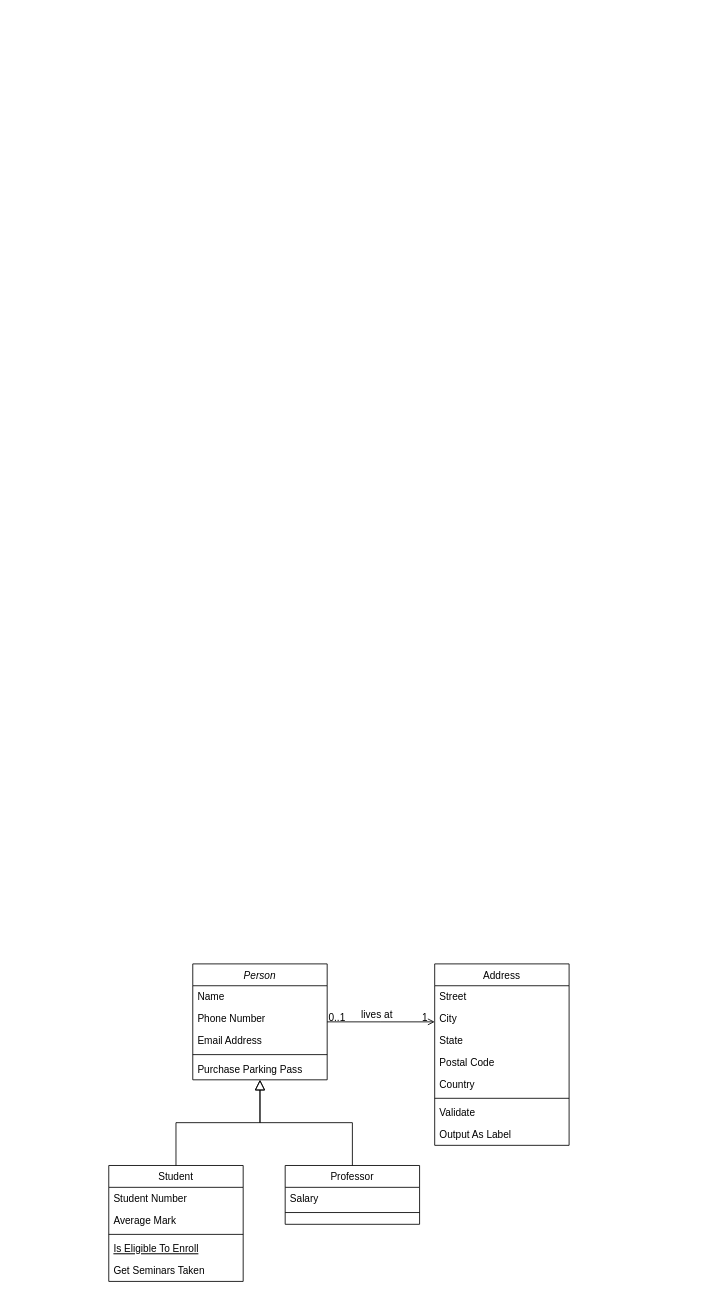
Before: Lesson-14/HomeWork-14/Untitled Diagram.drawio in AB23051990/geekbrains_homework, a draw.io diagram. Source tidied: cells renumbered, new cells numbered last; positions are measured from the earlier drawing's top-left corner, leaving out a move shared by most shapes. Both pictures are drawn from the tidied source at 84%, with x=0, y=0 at pixel (108, 963).
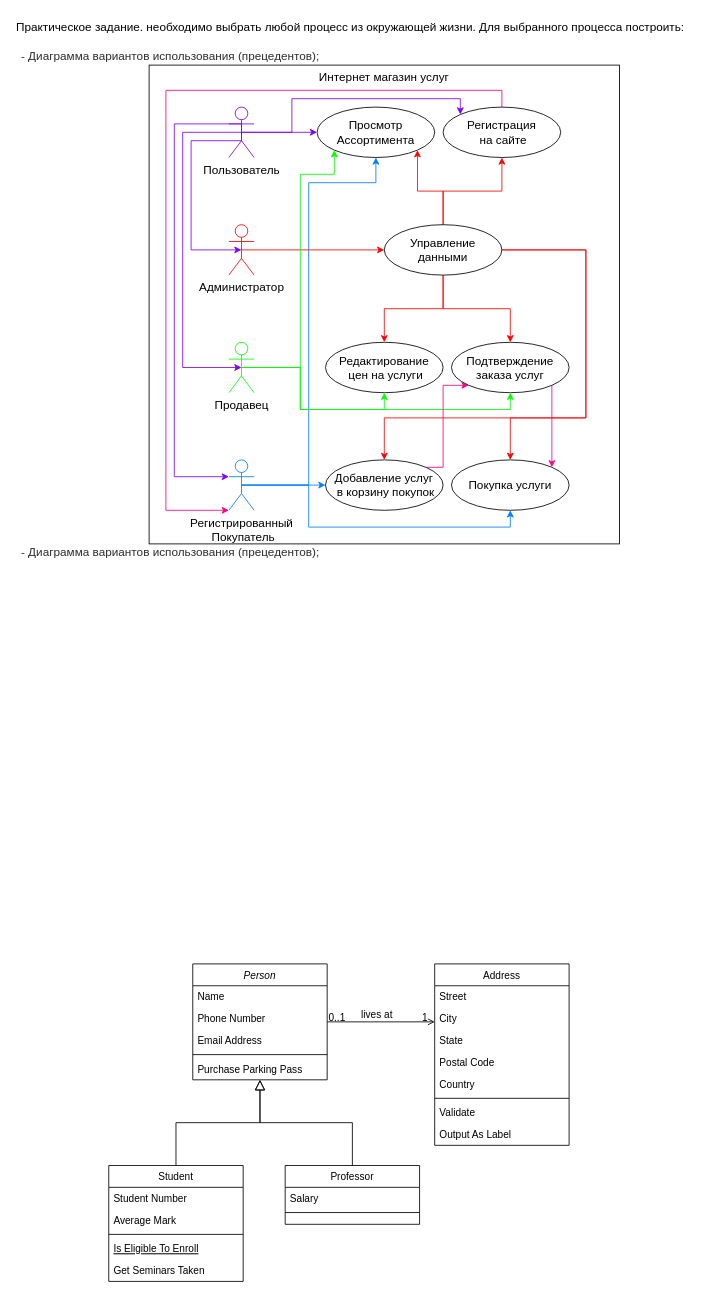
Above is the later version.

The edit, as a diff of the source:
```diff
@@
+    <mxCell id="32" value="Интернет магазин услуг" style="rounded=0;whiteSpace=wrap;html=1;labelBackgroundColor=none;labelBorderColor=none;fontFamily=Helvetica;fontSize=14;fontColor=#000000;strokeColor=#000000;align=center;verticalAlign=top;" parent="1" vertex="1">
+      <mxGeometry x="48" y="-1070" width="560" height="570" as="geometry" />
+    </mxCell>
@@
+    <mxCell id="33" value="&lt;ul style=&quot;box-sizing: border-box; margin: 0px; list-style: none; padding: 0px; color: rgb(44, 45, 48); background-color: rgb(255, 255, 255);&quot;&gt;&lt;li style=&quot;box-sizing: border-box&quot;&gt;&lt;font style=&quot;font-size: 14px&quot;&gt;- Диаграмма вариантов использования (прецедентов);&lt;/font&gt;&lt;/li&gt;&lt;/ul&gt;" style="text;html=1;align=center;verticalAlign=middle;fillColor=none;strokeColor=none;rounded=0;fontStyle=0;fontFamily=Helvetica;" parent="1" vertex="1">
+      <mxGeometry x="-112" y="-1090" width="370" height="20" as="geometry" />
+    </mxCell>
+    <mxCell id="34" value="&lt;ul style=&quot;box-sizing: border-box ; margin: 0px ; list-style: none ; padding: 0px ; line-height: 1&quot;&gt;&lt;li style=&quot;box-sizing: border-box&quot;&gt;&lt;p style=&quot;box-sizing: border-box ; font-weight: 500 ; line-height: 24px ; margin-top: 0px ; margin-bottom: 10px&quot;&gt;&lt;font style=&quot;font-size: 14px&quot;&gt;Практическое задание. необходимо выбрать любой процесс из&amp;nbsp;&lt;/font&gt;&lt;font style=&quot;font-size: 14px&quot;&gt;окружающей жизни. Для выбранного процесса построить:&lt;/font&gt;&lt;/p&gt;&lt;/li&gt;&lt;/ul&gt;" style="text;html=1;align=left;verticalAlign=middle;fillColor=none;strokeColor=none;rounded=0;labelBackgroundColor=none;labelBorderColor=none;fontColor=default;spacing=2;spacingTop=0;spacingLeft=0;spacingBottom=0;spacingRight=0;fontFamily=Helvetica;" parent="1" vertex="1">
+      <mxGeometry x="-112" y="-1130" width="810" height="40" as="geometry" />
+    </mxCell>
+    <mxCell id="35" style="edgeStyle=orthogonalEdgeStyle;rounded=0;jettySize=auto;html=1;exitX=0.5;exitY=0.5;exitDx=0;exitDy=0;exitPerimeter=0;fontFamily=Helvetica;fontSize=14;fontColor=none;entryX=0.5;entryY=0.5;entryDx=0;entryDy=0;entryPerimeter=0;strokeColor=#7F00FF;" parent="1" edge="1" source="40" target="45">
+      <mxGeometry relative="1" as="geometry">
+        <Array as="points">
+          <mxPoint x="158" y="-980" />
+          <mxPoint x="98" y="-980" />
+          <mxPoint x="98" y="-850" />
+        </Array>
+      </mxGeometry>
+    </mxCell>
+    <mxCell id="36" style="edgeStyle=orthogonalEdgeStyle;rounded=0;jettySize=auto;html=1;exitX=0.5;exitY=0.5;exitDx=0;exitDy=0;exitPerimeter=0;fontFamily=Helvetica;fontSize=14;fontColor=none;entryX=0.5;entryY=0.5;entryDx=0;entryDy=0;entryPerimeter=0;strokeColor=#7F00FF;" parent="1" edge="1" source="40" target="49">
+      <mxGeometry relative="1" as="geometry">
+        <Array as="points">
+          <mxPoint x="88" y="-990" />
+          <mxPoint x="88" y="-710" />
+        </Array>
+      </mxGeometry>
+    </mxCell>
+    <mxCell id="37" style="edgeStyle=orthogonalEdgeStyle;rounded=0;jettySize=auto;html=1;exitX=0.5;exitY=0.5;exitDx=0;exitDy=0;exitPerimeter=0;fontFamily=Helvetica;fontSize=14;fontColor=none;entryX=0;entryY=0.3333333333333333;entryDx=0;entryDy=0;entryPerimeter=0;strokeColor=#7F00FF;" parent="1" edge="1" source="40" target="43">
+      <mxGeometry relative="1" as="geometry">
+        <Array as="points">
+          <mxPoint x="158" y="-1000" />
+          <mxPoint x="78" y="-1000" />
+          <mxPoint x="78" y="-580" />
+        </Array>
+      </mxGeometry>
+    </mxCell>
+    <mxCell id="38" style="edgeStyle=orthogonalEdgeStyle;rounded=0;jettySize=auto;html=1;exitX=0.5;exitY=0.5;exitDx=0;exitDy=0;exitPerimeter=0;entryX=0;entryY=0.5;entryDx=0;entryDy=0;fontFamily=Helvetica;fontSize=14;fontColor=none;strokeColor=#7F00FF;" parent="1" edge="1" source="40" target="50">
+      <mxGeometry relative="1" as="geometry" />
+    </mxCell>
+    <mxCell id="39" style="edgeStyle=orthogonalEdgeStyle;rounded=0;jettySize=auto;html=1;exitX=0.5;exitY=0.5;exitDx=0;exitDy=0;exitPerimeter=0;entryX=0;entryY=0;entryDx=0;entryDy=0;fontFamily=Helvetica;fontSize=14;fontColor=none;strokeColor=#7F00FF;" parent="1" edge="1" source="40" target="52">
+      <mxGeometry relative="1" as="geometry">
+        <Array as="points">
+          <mxPoint x="218" y="-990" />
+          <mxPoint x="218" y="-1030" />
+          <mxPoint x="419" y="-1030" />
+          <mxPoint x="419" y="-1011" />
+        </Array>
+      </mxGeometry>
+    </mxCell>
+    <mxCell id="40" value="Пользователь" style="shape=umlActor;verticalLabelPosition=bottom;verticalAlign=top;html=1;labelBackgroundColor=none;labelBorderColor=none;fontFamily=Helvetica;fontSize=14;fontColor=default;strokeColor=#7F00FF;" parent="1" vertex="1">
+      <mxGeometry x="143" y="-1020" width="30" height="60" as="geometry" />
+    </mxCell>
+    <mxCell id="41" style="edgeStyle=orthogonalEdgeStyle;rounded=0;jettySize=auto;html=1;exitX=0.5;exitY=0.5;exitDx=0;exitDy=0;exitPerimeter=0;fontFamily=Helvetica;fontSize=14;fontColor=none;entryX=0.5;entryY=1;entryDx=0;entryDy=0;strokeColor=#007FFF;" parent="1" edge="1" source="43" target="50">
+      <mxGeometry relative="1" as="geometry">
+        <Array as="points">
+          <mxPoint x="238" y="-570" />
+          <mxPoint x="238" y="-930" />
+          <mxPoint x="318" y="-930" />
+        </Array>
+      </mxGeometry>
+    </mxCell>
+    <mxCell id="42" style="edgeStyle=orthogonalEdgeStyle;rounded=0;jettySize=auto;html=1;exitX=0.5;exitY=0.5;exitDx=0;exitDy=0;exitPerimeter=0;entryX=0;entryY=0.5;entryDx=0;entryDy=0;fontFamily=Helvetica;fontSize=14;fontColor=#000000;strokeColor=#007FFF;" parent="1" edge="1" source="43" target="56">
+      <mxGeometry relative="1" as="geometry" />
+    </mxCell>
+    <mxCell id="43" value="Регистрированный&lt;br&gt;&amp;nbsp;Покупатель" style="shape=umlActor;verticalLabelPosition=bottom;verticalAlign=top;html=1;labelBackgroundColor=none;labelBorderColor=none;fontFamily=Helvetica;fontSize=14;fontColor=default;strokeColor=#007FFF;" parent="1" vertex="1">
+      <mxGeometry x="143" y="-600" width="30" height="60" as="geometry" />
+    </mxCell>
+    <mxCell id="44" style="edgeStyle=orthogonalEdgeStyle;rounded=0;jettySize=auto;html=1;exitX=0.5;exitY=0.5;exitDx=0;exitDy=0;exitPerimeter=0;entryX=0;entryY=0.5;entryDx=0;entryDy=0;fontFamily=Helvetica;fontSize=14;fontColor=#000000;strokeColor=#FF0000;" parent="1" edge="1" source="45" target="66">
+      <mxGeometry relative="1" as="geometry">
+        <Array as="points">
+          <mxPoint x="238" y="-850" />
+          <mxPoint x="238" y="-850" />
+        </Array>
+      </mxGeometry>
+    </mxCell>
+    <mxCell id="45" value="Администратор" style="shape=umlActor;verticalLabelPosition=bottom;verticalAlign=top;html=1;labelBackgroundColor=none;labelBorderColor=none;fontFamily=Helvetica;fontSize=14;fontColor=#000000;strokeColor=#FF0000;" parent="1" vertex="1">
+      <mxGeometry x="143" y="-880" width="30" height="60" as="geometry" />
+    </mxCell>
+    <mxCell id="46" style="edgeStyle=orthogonalEdgeStyle;rounded=0;jettySize=auto;html=1;exitX=0.5;exitY=0.5;exitDx=0;exitDy=0;exitPerimeter=0;entryX=0;entryY=1;entryDx=0;entryDy=0;fontFamily=Helvetica;fontSize=14;fontColor=none;strokeColor=#00FF00;" parent="1" edge="1" source="49" target="50">
+      <mxGeometry relative="1" as="geometry">
+        <Array as="points">
+          <mxPoint x="228" y="-710" />
+          <mxPoint x="228" y="-940" />
+          <mxPoint x="269" y="-940" />
+          <mxPoint x="269" y="-969" />
+        </Array>
+      </mxGeometry>
+    </mxCell>
+    <mxCell id="47" style="edgeStyle=orthogonalEdgeStyle;rounded=0;jettySize=auto;html=1;exitX=0.5;exitY=0.5;exitDx=0;exitDy=0;exitPerimeter=0;entryX=0.5;entryY=1;entryDx=0;entryDy=0;fontFamily=Helvetica;fontSize=14;fontColor=#000000;strokeColor=#00FF00;" parent="1" edge="1" source="49" target="53">
+      <mxGeometry relative="1" as="geometry">
+        <Array as="points">
+          <mxPoint x="228" y="-710" />
+          <mxPoint x="228" y="-660" />
+          <mxPoint x="328" y="-660" />
+        </Array>
+      </mxGeometry>
+    </mxCell>
+    <mxCell id="48" style="edgeStyle=orthogonalEdgeStyle;rounded=0;jettySize=auto;html=1;exitX=0.5;exitY=0.5;exitDx=0;exitDy=0;exitPerimeter=0;entryX=0.5;entryY=1;entryDx=0;entryDy=0;fontFamily=Helvetica;fontSize=14;fontColor=#000000;strokeColor=#00FF00;" parent="1" edge="1" source="49" target="58">
+      <mxGeometry relative="1" as="geometry">
+        <Array as="points">
+          <mxPoint x="228" y="-710" />
+          <mxPoint x="228" y="-660" />
+          <mxPoint x="478" y="-660" />
+        </Array>
+      </mxGeometry>
+    </mxCell>
+    <mxCell id="49" value="Продавец" style="shape=umlActor;verticalLabelPosition=bottom;verticalAlign=top;html=1;labelBackgroundColor=none;labelBorderColor=none;fontFamily=Helvetica;fontSize=14;fontColor=default;strokeColor=#00FF00;" parent="1" vertex="1">
+      <mxGeometry x="143" y="-740" width="30" height="60" as="geometry" />
+    </mxCell>
+    <mxCell id="50" value="Просмотр Ассортимента" style="ellipse;whiteSpace=wrap;html=1;labelBackgroundColor=none;labelBorderColor=none;fontFamily=Helvetica;fontSize=14;fontColor=none;" parent="1" vertex="1">
+      <mxGeometry x="248" y="-1020" width="140" height="60" as="geometry" />
+    </mxCell>
+    <mxCell id="51" style="edgeStyle=orthogonalEdgeStyle;rounded=0;jettySize=auto;html=1;exitX=0.5;exitY=0;exitDx=0;exitDy=0;fontFamily=Helvetica;fontSize=14;fontColor=none;entryX=0;entryY=1;entryDx=0;entryDy=0;entryPerimeter=0;strokeColor=#FF0080;" parent="1" edge="1" source="52" target="43">
+      <mxGeometry relative="1" as="geometry">
+        <Array as="points">
+          <mxPoint x="468" y="-1040" />
+          <mxPoint x="68" y="-1040" />
+          <mxPoint x="68" y="-540" />
+        </Array>
+      </mxGeometry>
+    </mxCell>
+    <mxCell id="52" value="Регистрация&lt;br&gt;&amp;nbsp;на сайте" style="ellipse;whiteSpace=wrap;html=1;labelBackgroundColor=none;labelBorderColor=none;fontFamily=Helvetica;fontSize=14;fontColor=none;" parent="1" vertex="1">
+      <mxGeometry x="398" y="-1020" width="140" height="60" as="geometry" />
+    </mxCell>
+    <mxCell id="53" value="Редактирование&lt;br&gt;&amp;nbsp;цен на услуги" style="ellipse;whiteSpace=wrap;html=1;labelBackgroundColor=none;labelBorderColor=none;fontFamily=Helvetica;fontSize=14;fontColor=none;" parent="1" vertex="1">
+      <mxGeometry x="258" y="-740" width="140" height="60" as="geometry" />
+    </mxCell>
+    <mxCell id="54" style="edgeStyle=orthogonalEdgeStyle;rounded=0;jettySize=auto;html=1;exitX=0.5;exitY=0.5;exitDx=0;exitDy=0;entryX=0.5;entryY=1;entryDx=0;entryDy=0;fontFamily=Helvetica;fontSize=14;fontColor=#000000;strokeColor=#007FFF;exitPerimeter=0;" parent="1" edge="1" source="43" target="59">
+      <mxGeometry relative="1" as="geometry">
+        <Array as="points">
+          <mxPoint x="238" y="-570" />
+          <mxPoint x="238" y="-520" />
+          <mxPoint x="478" y="-520" />
+        </Array>
+      </mxGeometry>
+    </mxCell>
+    <mxCell id="55" style="edgeStyle=orthogonalEdgeStyle;rounded=0;jettySize=auto;html=1;exitX=1;exitY=0;exitDx=0;exitDy=0;entryX=0;entryY=1;entryDx=0;entryDy=0;fontFamily=Helvetica;fontSize=14;fontColor=#000000;strokeColor=#FF0080;" parent="1" edge="1" source="56" target="58">
+      <mxGeometry relative="1" as="geometry">
+        <Array as="points">
+          <mxPoint x="398" y="-591" />
+          <mxPoint x="398" y="-689" />
+        </Array>
+      </mxGeometry>
+    </mxCell>
+    <mxCell id="56" value="Добавление услуг&lt;br&gt;&amp;nbsp;в корзину покупок" style="ellipse;whiteSpace=wrap;html=1;labelBackgroundColor=none;labelBorderColor=none;fontFamily=Helvetica;fontSize=14;fontColor=none;" parent="1" vertex="1">
+      <mxGeometry x="258" y="-600" width="140" height="60" as="geometry" />
+    </mxCell>
+    <mxCell id="57" style="edgeStyle=orthogonalEdgeStyle;rounded=0;jettySize=auto;html=1;exitX=1;exitY=1;exitDx=0;exitDy=0;entryX=1;entryY=0;entryDx=0;entryDy=0;fontFamily=Helvetica;fontSize=14;fontColor=#000000;strokeColor=#FF0080;" parent="1" edge="1" source="58" target="59">
+      <mxGeometry relative="1" as="geometry" />
+    </mxCell>
+    <mxCell id="58" value="Подтверждение заказа услуг" style="ellipse;whiteSpace=wrap;html=1;labelBackgroundColor=none;labelBorderColor=none;fontFamily=Helvetica;fontSize=14;fontColor=none;" parent="1" vertex="1">
+      <mxGeometry x="408" y="-740" width="140" height="60" as="geometry" />
+    </mxCell>
+    <mxCell id="59" value="Покупка услуги" style="ellipse;whiteSpace=wrap;html=1;labelBackgroundColor=none;labelBorderColor=none;fontFamily=Helvetica;fontSize=14;fontColor=none;" parent="1" vertex="1">
+      <mxGeometry x="408" y="-600" width="140" height="60" as="geometry" />
+    </mxCell>
+    <mxCell id="60" style="edgeStyle=orthogonalEdgeStyle;rounded=0;jettySize=auto;html=1;exitX=0.5;exitY=0;exitDx=0;exitDy=0;entryX=0.5;entryY=1;entryDx=0;entryDy=0;fontFamily=Helvetica;fontSize=14;fontColor=#000000;strokeColor=#FF0000;" parent="1" edge="1" source="66" target="52">
+      <mxGeometry relative="1" as="geometry">
+        <Array as="points">
+          <mxPoint x="398" y="-920" />
+          <mxPoint x="468" y="-920" />
+        </Array>
+      </mxGeometry>
+    </mxCell>
+    <mxCell id="61" style="edgeStyle=orthogonalEdgeStyle;rounded=0;jettySize=auto;html=1;exitX=0.5;exitY=0;exitDx=0;exitDy=0;entryX=1;entryY=1;entryDx=0;entryDy=0;fontFamily=Helvetica;fontSize=14;fontColor=#000000;strokeColor=#FF0000;" parent="1" edge="1" source="66" target="50">
+      <mxGeometry relative="1" as="geometry">
+        <Array as="points">
+          <mxPoint x="398" y="-920" />
+          <mxPoint x="368" y="-920" />
+        </Array>
+      </mxGeometry>
+    </mxCell>
+    <mxCell id="62" style="edgeStyle=orthogonalEdgeStyle;rounded=0;jettySize=auto;html=1;exitX=0.5;exitY=1;exitDx=0;exitDy=0;entryX=0.5;entryY=0;entryDx=0;entryDy=0;fontFamily=Helvetica;fontSize=14;fontColor=#000000;strokeColor=#FF0000;" parent="1" edge="1" source="66" target="53">
+      <mxGeometry relative="1" as="geometry" />
+    </mxCell>
+    <mxCell id="63" style="edgeStyle=orthogonalEdgeStyle;rounded=0;jettySize=auto;html=1;exitX=0.5;exitY=1;exitDx=0;exitDy=0;entryX=0.5;entryY=0;entryDx=0;entryDy=0;fontFamily=Helvetica;fontSize=14;fontColor=#000000;strokeColor=#FF0000;" parent="1" edge="1" source="66" target="58">
+      <mxGeometry relative="1" as="geometry">
+        <Array as="points">
+          <mxPoint x="398" y="-780" />
+          <mxPoint x="478" y="-780" />
+        </Array>
+      </mxGeometry>
+    </mxCell>
+    <mxCell id="64" style="edgeStyle=orthogonalEdgeStyle;rounded=0;jettySize=auto;html=1;exitX=1;exitY=0.5;exitDx=0;exitDy=0;entryX=0.5;entryY=0;entryDx=0;entryDy=0;fontFamily=Helvetica;fontSize=14;fontColor=#000000;strokeColor=#FF0000;" parent="1" edge="1" source="66" target="56">
+      <mxGeometry relative="1" as="geometry">
+        <Array as="points">
+          <mxPoint x="568" y="-850" />
+          <mxPoint x="568" y="-650" />
+          <mxPoint x="328" y="-650" />
+        </Array>
+      </mxGeometry>
+    </mxCell>
+    <mxCell id="65" style="edgeStyle=orthogonalEdgeStyle;rounded=0;jettySize=auto;html=1;exitX=1;exitY=0.5;exitDx=0;exitDy=0;entryX=0.5;entryY=0;entryDx=0;entryDy=0;fontFamily=Helvetica;fontSize=14;fontColor=#000000;strokeColor=#FF0000;" parent="1" edge="1" source="66" target="59">
+      <mxGeometry relative="1" as="geometry">
+        <Array as="points">
+          <mxPoint x="568" y="-850" />
+          <mxPoint x="568" y="-650" />
+          <mxPoint x="478" y="-650" />
+        </Array>
+      </mxGeometry>
+    </mxCell>
+    <mxCell id="66" value="Управление данными" style="ellipse;whiteSpace=wrap;html=1;labelBackgroundColor=none;labelBorderColor=none;fontFamily=Helvetica;fontSize=14;fontColor=none;" parent="1" vertex="1">
+      <mxGeometry x="328" y="-880" width="140" height="60" as="geometry" />
+    </mxCell>
+    <mxCell id="67" value="&lt;ul style=&quot;box-sizing: border-box; margin: 0px; list-style: none; padding: 0px; color: rgb(44, 45, 48); background-color: rgb(255, 255, 255);&quot;&gt;&lt;li style=&quot;box-sizing: border-box&quot;&gt;&lt;font style=&quot;font-size: 14px&quot;&gt;- Диаграмма вариантов использования (прецедентов);&lt;/font&gt;&lt;/li&gt;&lt;/ul&gt;" style="text;html=1;align=center;verticalAlign=middle;fillColor=none;strokeColor=none;rounded=0;fontStyle=0;fontFamily=Helvetica;" parent="1" vertex="1">
+      <mxGeometry x="-112" y="-500" width="370" height="20" as="geometry" />
+    </mxCell>
```
